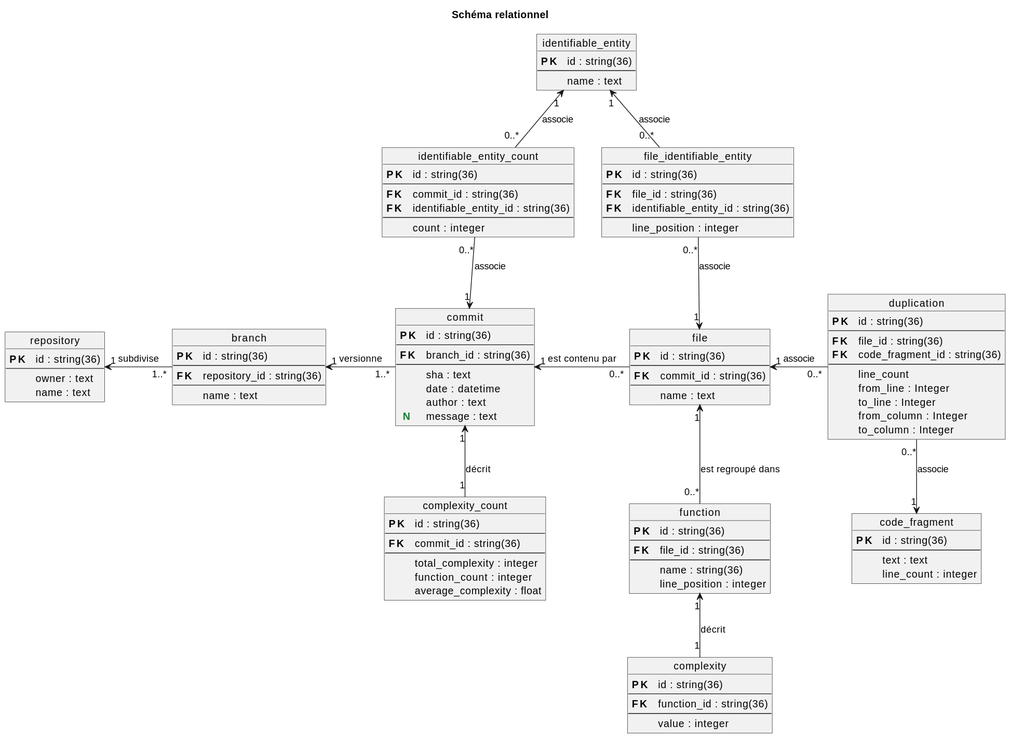
This is doc/wiki/puml/db_schema_relationnel.svg from CAMaji/technical_debts, a PlantUML export, as it was before one commit.
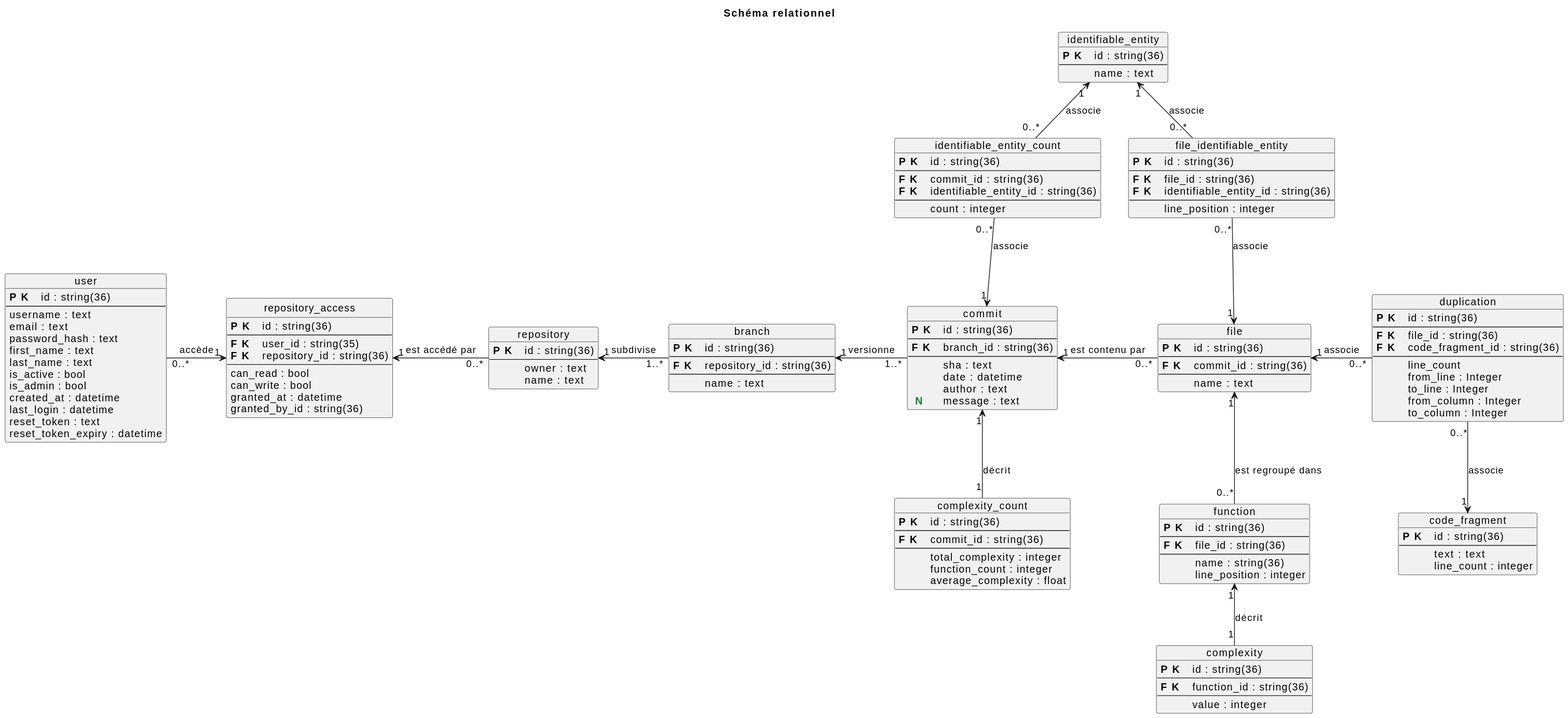
After the commit.

Commit message:
Fix small bug when adding a repo as a member, modified the db schema to reflect new changes

Change to the diagram source:
```diff
@@ -8,12 +8,43 @@
 !define cl <b><color:#000000>   \\t</color></b>
 !define nl <b><color:#098229> N \\t</color></b>
 
+object user {
+    pk id : string(36)
+    ---
+    username : text
+    email : text
+    password_hash : text
+    first_name : text
+    last_name : text
+    is_active : bool
+    is_admin : bool
+    created_at : datetime
+    last_login : datetime
+    reset_token : text
+    reset_token_expiry : datetime
+}
+user "0..*" -right-> "1" repository_access : accède
+
+object repository_access {
+    pk id : string(36)
+    ---
+    fk user_id : string(35)
+    fk repository_id : string(36)
+    ---
+    can_read : bool
+    can_write : bool
+    granted_at : datetime
+    granted_by_id : string(36)
+}
+
 object repository {
     pk id : string(36)
     ---
     cl owner : text
     cl name : text
 }
+repository "0..*" -left-> "1" repository_access : est accédé par
+
 
 object branch {
     pk id : string(36)
```
